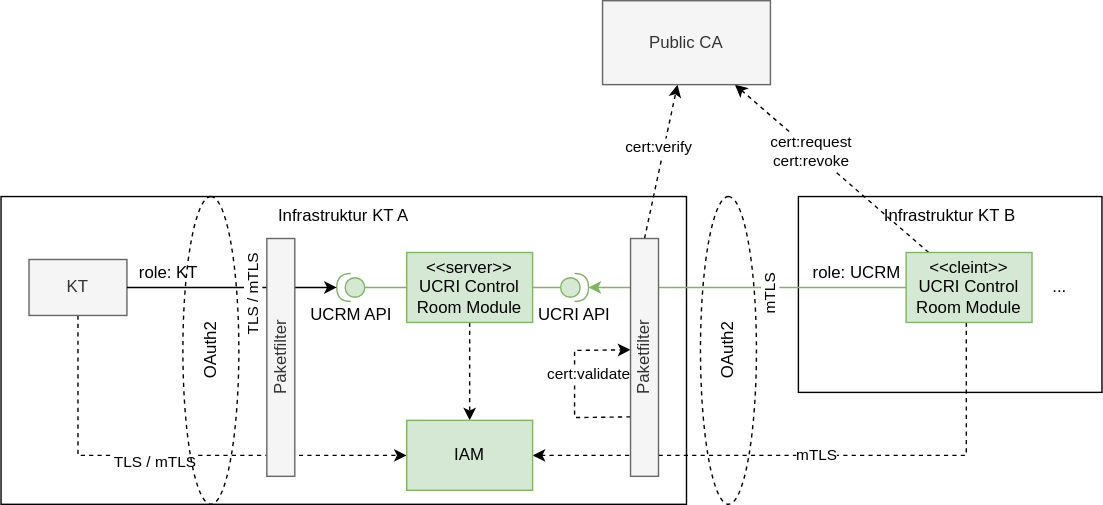
PMeV-EFUL/ucri2 keeps this draw.io diagram as staging/spec/ucrm-protocol.drawio.svg. Above is the earlier version. Source tidied: cells renumbered, new cells last; positions are measured from the earlier drawing's top-left corner, leaving out a move shared by most shapes.
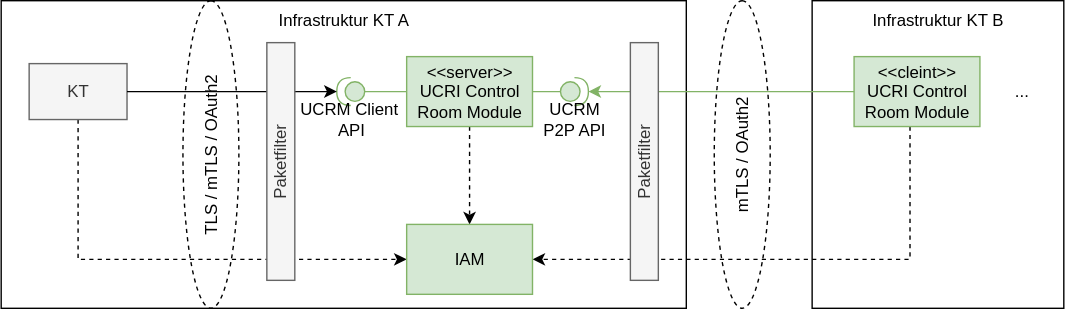
Above is the later version.

Change to the diagram source:
```diff
@@ -2,15 +2,15 @@
   <root>
     <mxCell id="0" />
     <mxCell id="1" parent="0" />
-    <mxCell id="2" value="mTLS" style="edgeStyle=orthogonalEdgeStyle;rounded=0;jettySize=auto;html=1;dashed=1;" parent="1" edge="1" source="15" target="26">
+    <mxCell id="2" style="edgeStyle=orthogonalEdgeStyle;rounded=0;jettySize=auto;html=1;dashed=1;" parent="1" edge="1" source="15" target="26">
       <mxGeometry relative="1" as="geometry">
         <Array as="points">
-          <mxPoint x="690" y="325" />
+          <mxPoint x="650" y="325" />
         </Array>
       </mxGeometry>
     </mxCell>
     <mxCell id="3" value="Infrastruktur KT B" style="rounded=0;whiteSpace=wrap;html=1;fillColor=none;verticalAlign=top;" parent="1" vertex="1">
-      <mxGeometry x="570" y="140" width="217" height="140" as="geometry" />
+      <mxGeometry x="580" y="140" width="180" height="220" as="geometry" />
     </mxCell>
     <mxCell id="4" value="Infrastruktur KT A" style="rounded=0;whiteSpace=wrap;html=1;fillColor=none;verticalAlign=top;" parent="1" vertex="1">
       <mxGeometry y="140" width="490" height="220" as="geometry" />
@@ -18,10 +18,10 @@
     <mxCell id="5" style="edgeStyle=orthogonalEdgeStyle;rounded=0;jettySize=auto;html=1;endArrow=none;endFill=0;fillColor=#d5e8d4;strokeColor=#82b366;" parent="1" edge="1" source="6" target="11">
       <mxGeometry relative="1" as="geometry" />
     </mxCell>
-    <mxCell id="6" value="UCRM API" style="shape=providedRequiredInterface;html=1;verticalLabelPosition=bottom;sketch=0;direction=west;fillColor=#d5e8d4;strokeColor=#82b366;" parent="1" vertex="1">
+    <mxCell id="6" value="UCRM Client&amp;nbsp;&lt;div&gt;API&lt;/div&gt;" style="shape=providedRequiredInterface;html=1;verticalLabelPosition=bottom;sketch=0;direction=west;fillColor=#d5e8d4;strokeColor=#82b366;" parent="1" vertex="1">
       <mxGeometry x="240" y="195" width="20" height="20" as="geometry" />
     </mxCell>
-    <mxCell id="7" value="TLS / mTLS" style="edgeStyle=orthogonalEdgeStyle;rounded=0;jettySize=auto;html=1;dashed=1;" parent="1" edge="1" source="8" target="26">
+    <mxCell id="7" style="edgeStyle=orthogonalEdgeStyle;rounded=0;jettySize=auto;html=1;dashed=1;" parent="1" edge="1" source="8" target="26">
       <mxGeometry x="-0.07" y="-5" relative="1" as="geometry">
         <Array as="points">
           <mxPoint x="55" y="325" />
@@ -31,9 +31,6 @@
     <mxCell id="8" value="KT" style="rounded=0;whiteSpace=wrap;html=1;fillColor=#f5f5f5;fontColor=#333333;strokeColor=#666666;" parent="1" vertex="1">
       <mxGeometry x="20" y="185" width="70" height="40" as="geometry" />
     </mxCell>
-    <mxCell id="9" value="cert:verify" style="rounded=0;jettySize=auto;html=1;dashed=1;exitX=0.5;exitY=0;exitDx=0;exitDy=0;" parent="1" edge="1" source="25" target="21">
-      <mxGeometry x="0.17" y="4" relative="1" as="geometry" />
-    </mxCell>
     <mxCell id="10" style="edgeStyle=orthogonalEdgeStyle;rounded=0;jettySize=auto;html=1;dashed=1;exitX=0.5;exitY=1;exitDx=0;exitDy=0;" parent="1" edge="1" source="11" target="26">
       <mxGeometry relative="1" as="geometry">
         <Array as="points">
@@ -51,39 +48,19 @@
     <mxCell id="13" style="shape=providedRequiredInterface;html=1;verticalLabelPosition=bottom;sketch=0;direction=west;fillColor=#d5e8d4;strokeColor=#82b366;rotation=-180;" parent="1" vertex="1">
       <mxGeometry x="400" y="195" width="20" height="20" as="geometry" />
     </mxCell>
-    <mxCell id="14" value="cert:request&lt;div&gt;cert:revoke&lt;/div&gt;" style="edgeStyle=none;shape=connector;rounded=0;jettySize=auto;html=1;dashed=1;strokeColor=default;align=center;verticalAlign=middle;fontFamily=Helvetica;fontSize=11;fontColor=default;labelBackgroundColor=default;endArrow=classic;" parent="1" edge="1" source="15" target="21">
-      <mxGeometry x="0.21" y="1" relative="1" as="geometry" />
-    </mxCell>
     <mxCell id="15" value="&lt;div&gt;&amp;lt;&amp;lt;cleint&amp;gt;&amp;gt;&lt;/div&gt;UCRI Control Room Module" style="rounded=0;whiteSpace=wrap;html=1;fillColor=#d5e8d4;strokeColor=#82b366;" parent="1" vertex="1">
-      <mxGeometry x="647" y="180" width="90" height="50" as="geometry" />
+      <mxGeometry x="610" y="180" width="90" height="50" as="geometry" />
     </mxCell>
     <mxCell id="16" value="..." style="text;html=1;strokeColor=none;fillColor=none;align=center;verticalAlign=middle;whiteSpace=wrap;rounded=0;" parent="1" vertex="1">
-      <mxGeometry x="727" y="190" width="60" height="30" as="geometry" />
+      <mxGeometry x="700" y="190" width="60" height="30" as="geometry" />
     </mxCell>
-    <mxCell id="17" value="mTLS" style="edgeStyle=orthogonalEdgeStyle;rounded=0;jettySize=auto;html=1;fillColor=#d5e8d4;strokeColor=#82b366;horizontal=0;entryX=1;entryY=0.5;entryDx=0;entryDy=0;entryPerimeter=0;" parent="1" edge="1" source="15" target="13">
+    <mxCell id="17" style="edgeStyle=orthogonalEdgeStyle;rounded=0;jettySize=auto;html=1;fillColor=#d5e8d4;strokeColor=#82b366;horizontal=0;entryX=1;entryY=0.5;entryDx=0;entryDy=0;entryPerimeter=0;" parent="1" edge="1" source="15" target="13">
       <mxGeometry x="-0.15" y="5" relative="1" as="geometry" />
     </mxCell>
-    <mxCell id="18" value="role: KT" style="text;html=1;align=center;verticalAlign=middle;whiteSpace=wrap;rounded=0;" parent="1" vertex="1">
-      <mxGeometry x="90" y="180" width="60" height="30" as="geometry" />
-    </mxCell>
-    <mxCell id="19" value="UCRI API" style="text;html=1;align=center;verticalAlign=middle;whiteSpace=wrap;rounded=0;" parent="1" vertex="1">
+    <mxCell id="19" value="UCRM P2P API" style="text;html=1;align=center;verticalAlign=middle;whiteSpace=wrap;rounded=0;" parent="1" vertex="1">
       <mxGeometry x="380" y="210" width="60" height="30" as="geometry" />
     </mxCell>
-    <mxCell id="20" value="role: UCRM" style="text;html=1;align=center;verticalAlign=middle;whiteSpace=wrap;rounded=0;" parent="1" vertex="1">
-      <mxGeometry x="577" y="180" width="70" height="30" as="geometry" />
-    </mxCell>
-    <mxCell id="21" value="Public CA" style="rounded=0;whiteSpace=wrap;html=1;fillColor=#f5f5f5;fontColor=#333333;strokeColor=#666666;" parent="1" vertex="1">
-      <mxGeometry x="430" width="120" height="60" as="geometry" />
-    </mxCell>
-    <mxCell id="22" value="cert:validate" style="edgeStyle=none;shape=connector;rounded=0;orthogonalLoop=1;jettySize=auto;html=1;dashed=1;strokeColor=default;align=center;verticalAlign=middle;fontFamily=Helvetica;fontSize=11;fontColor=default;labelBackgroundColor=default;endArrow=classic;exitX=0;exitY=0.75;exitDx=0;exitDy=0;entryX=-0.003;entryY=0.468;entryDx=0;entryDy=0;entryPerimeter=0;" parent="1" edge="1" source="25" target="25">
-      <mxGeometry x="0.1" y="-10" relative="1" as="geometry">
-        <Array as="points">
-          <mxPoint x="410" y="298" />
-          <mxPoint x="410" y="250" />
-        </Array>
-      </mxGeometry>
-    </mxCell>
-    <mxCell id="23" value="&lt;span style=&quot;color: rgb(0, 0, 0); font-family: Helvetica; font-size: 11px; font-style: normal; font-variant-ligatures: normal; font-variant-caps: normal; font-weight: 400; letter-spacing: normal; orphans: 2; text-align: center; text-indent: 0px; text-transform: none; widows: 2; word-spacing: 0px; -webkit-text-stroke-width: 0px; white-space: nowrap; background-color: rgb(255, 255, 255); text-decoration-thickness: initial; text-decoration-style: initial; text-decoration-color: initial; float: none; display: inline !important;&quot;&gt;TLS / mTLS&lt;/span&gt;" style="edgeStyle=orthogonalEdgeStyle;rounded=0;jettySize=auto;html=1;verticalAlign=middle;horizontal=0;entryX=1;entryY=0.5;entryDx=0;entryDy=0;entryPerimeter=0;" parent="1" edge="1" source="8" target="6">
+    <mxCell id="23" style="edgeStyle=orthogonalEdgeStyle;rounded=0;jettySize=auto;html=1;verticalAlign=middle;horizontal=0;entryX=1;entryY=0.5;entryDx=0;entryDy=0;entryPerimeter=0;" parent="1" edge="1" source="8" target="6">
       <mxGeometry x="0.2" y="-5" relative="1" as="geometry" />
     </mxCell>
     <mxCell id="24" value="Paketfilter" style="rounded=0;whiteSpace=wrap;html=1;fillColor=#f5f5f5;fontColor=#333333;strokeColor=#666666;horizontal=0;" parent="1" vertex="1">
@@ -95,10 +72,10 @@
     <mxCell id="26" value="&lt;div&gt;&lt;span style=&quot;background-color: transparent; color: light-dark(rgb(0, 0, 0), rgb(255, 255, 255));&quot;&gt;IAM&lt;/span&gt;&lt;br&gt;&lt;/div&gt;" style="rounded=0;whiteSpace=wrap;html=1;fillColor=#d5e8d4;strokeColor=#82b366;" parent="1" vertex="1">
       <mxGeometry x="290" y="300" width="90" height="50" as="geometry" />
     </mxCell>
-    <mxCell id="27" value="OAuth2" style="ellipse;whiteSpace=wrap;html=1;rotation=-90;fillColor=none;dashed=1;" parent="1" vertex="1">
-      <mxGeometry x="410" y="230" width="220" height="40" as="geometry" />
+    <mxCell id="27" value="mTLS / OAuth2" style="ellipse;whiteSpace=wrap;html=1;rotation=-90;fillColor=none;dashed=1;" parent="1" vertex="1">
+      <mxGeometry x="420" y="230" width="220" height="40" as="geometry" />
     </mxCell>
-    <mxCell id="28" value="OAuth2" style="ellipse;whiteSpace=wrap;html=1;rotation=-90;fillColor=none;dashed=1;" parent="1" vertex="1">
+    <mxCell id="28" value="TLS / mTLS / OAuth2" style="ellipse;whiteSpace=wrap;html=1;rotation=-90;fillColor=none;dashed=1;" parent="1" vertex="1">
       <mxGeometry x="40" y="230" width="220" height="40" as="geometry" />
     </mxCell>
   </root>
```
